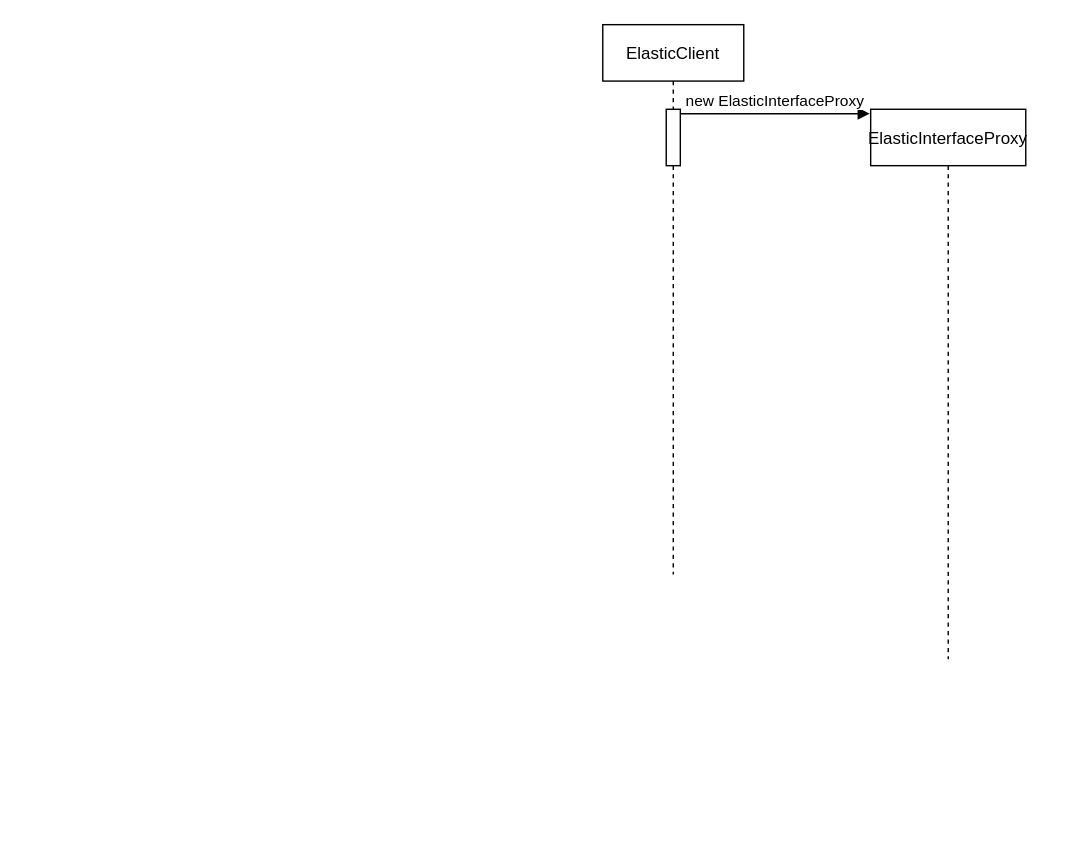
This is docs/sequenceOrchestrator.drawio from josura/Error-classification-ISD, a draw.io file, before an edit. Source tidied: cells renumbered, new cells numbered last; positions are measured from the earlier drawing's top-left corner, leaving out a move shared by most shapes. Both pictures are drawn from the tidied source at 141%, with x=0, y=0 at pixel (602, 24).
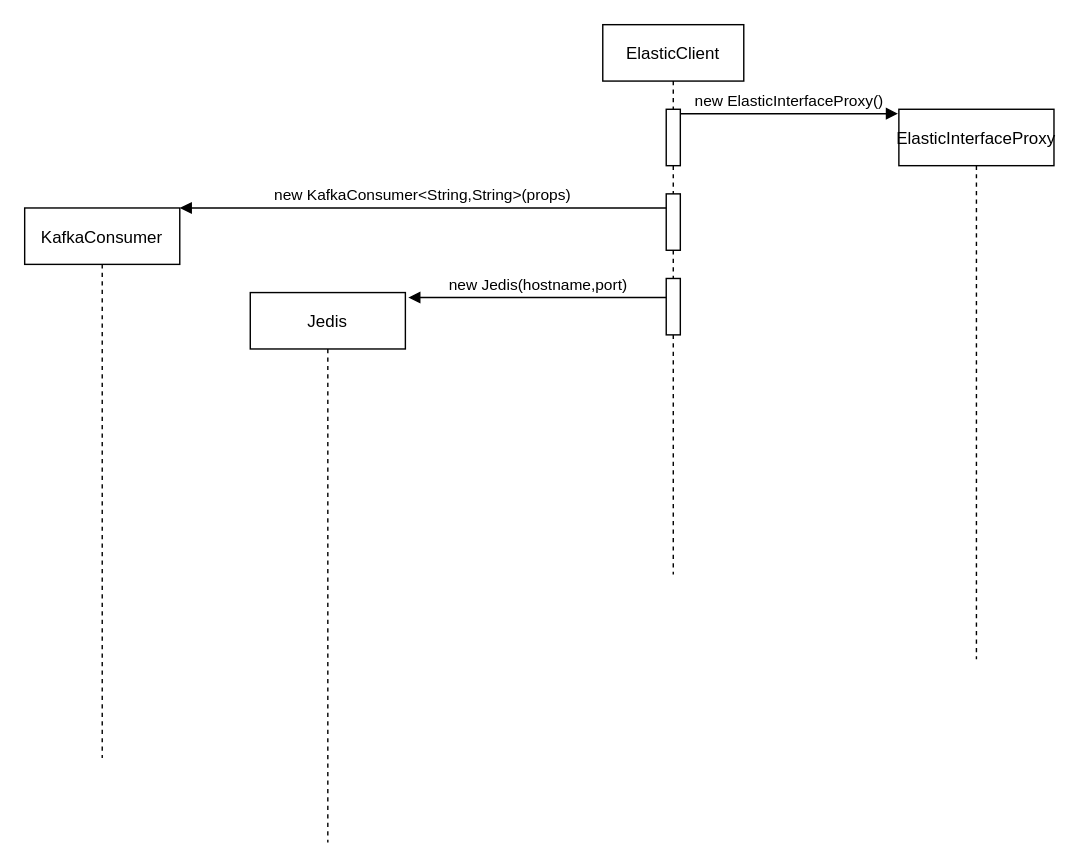
The same page after the edit.

Change to the diagram source:
```diff
@@
 <mxGraphModel>
   <root>
     <mxCell id="0" />
     <mxCell id="1" parent="0" />
     <mxCell id="2" value="ElasticClient" style="shape=umlLifeline;perimeter=lifelinePerimeter;rounded=0;shadow=0;strokeWidth=1;" parent="1" vertex="1">
       <mxGeometry width="100" height="390" as="geometry" />
     </mxCell>
     <mxCell id="3" style="points=[];perimeter=orthogonalPerimeter;rounded=0;shadow=0;strokeWidth=1;" parent="2" vertex="1">
       <mxGeometry x="45" y="60" width="10" height="40" as="geometry" />
     </mxCell>
+    <mxCell id="6" style="points=[];perimeter=orthogonalPerimeter;rounded=0;shadow=0;strokeWidth=1;" parent="2" vertex="1">
+      <mxGeometry x="45" y="120" width="10" height="40" as="geometry" />
+    </mxCell>
+    <mxCell id="7" style="points=[];perimeter=orthogonalPerimeter;rounded=0;shadow=0;strokeWidth=1;" parent="2" vertex="1">
+      <mxGeometry x="45" y="180" width="10" height="40" as="geometry" />
+    </mxCell>
     <mxCell id="4" value="ElasticInterfaceProxy" style="shape=umlLifeline;perimeter=lifelinePerimeter;rounded=0;shadow=0;strokeWidth=1;" parent="1" vertex="1">
-      <mxGeometry x="190" y="60" width="110" height="390" as="geometry" />
+      <mxGeometry x="210" y="60" width="110" height="390" as="geometry" />
     </mxCell>
-    <mxCell id="5" value="new ElasticInterfaceProxy" style="html=1;verticalAlign=bottom;endArrow=block;rounded=0;entryX=-0.006;entryY=0.008;entryDx=0;entryDy=0;entryPerimeter=0;" parent="1" edge="1" source="3" target="4">
+    <mxCell id="5" value="new ElasticInterfaceProxy()" style="html=1;verticalAlign=bottom;endArrow=block;rounded=0;entryX=-0.006;entryY=0.008;entryDx=0;entryDy=0;entryPerimeter=0;" parent="1" edge="1" source="3" target="4">
       <mxGeometry relative="1" as="geometry" />
     </mxCell>
+    <mxCell id="8" value="KafkaConsumer" style="shape=umlLifeline;perimeter=lifelinePerimeter;rounded=0;shadow=0;strokeWidth=1;" parent="1" vertex="1">
+      <mxGeometry x="-410" y="130" width="110" height="390" as="geometry" />
+    </mxCell>
+    <mxCell id="9" value="Jedis" style="shape=umlLifeline;perimeter=lifelinePerimeter;rounded=0;shadow=0;strokeWidth=1;" parent="1" vertex="1">
+      <mxGeometry x="-250" y="190" width="110" height="390" as="geometry" />
+    </mxCell>
+    <mxCell id="10" value="new Jedis(hostname,port)" style="html=1;verticalAlign=bottom;endArrow=block;rounded=0;entryX=1.019;entryY=0.009;entryDx=0;entryDy=0;entryPerimeter=0;" parent="1" edge="1" source="7" target="9">
+      <mxGeometry relative="1" as="geometry" />
+    </mxCell>
+    <mxCell id="11" value="new KafkaConsumer&amp;lt;String,String&amp;gt;(props)" style="html=1;verticalAlign=bottom;endArrow=block;rounded=0;entryX=1;entryY=0;entryDx=0;entryDy=0;entryPerimeter=0;" parent="1" edge="1" source="6" target="8">
+      <mxGeometry relative="1" as="geometry" />
+    </mxCell>
   </root>
 </mxGraphModel>
```
